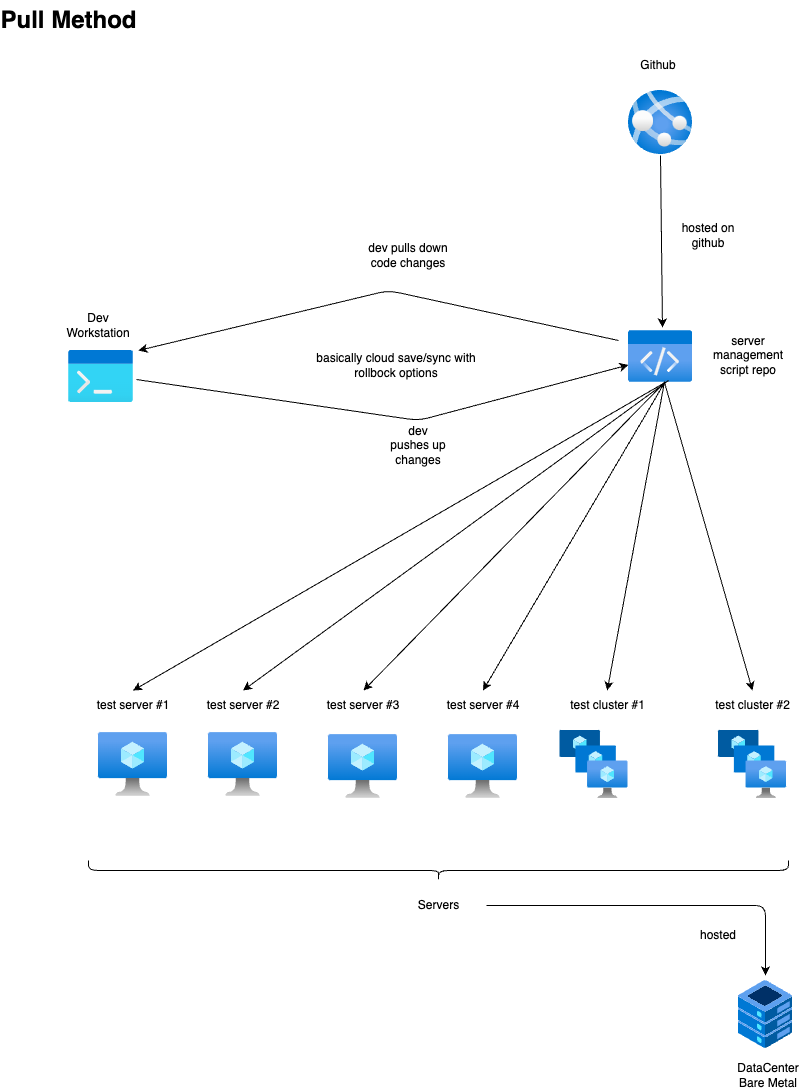
The draw.io diagram assets/images/server_management_pull_model.png in besmith43/tool_docs, before a commit. Source tidied: cells renumbered, new cells last; positions are measured from the earlier drawing's top-left corner, leaving out a move shared by most shapes. Source of this version:
```xml
<mxGraphModel>
  <root>
    <mxCell id="0" />
    <mxCell id="1" parent="0" />
    <mxCell id="2" style="html=1;points=[];align=center;image;fontSize=12;image=img/lib/azure2/general/Dev_Console.svg;" parent="1" vertex="1">
      <mxGeometry x="50" y="350" width="65" height="52" as="geometry" />
    </mxCell>
    <mxCell id="3" style="html=1;points=[];align=center;image;fontSize=12;image=img/lib/azure2/containers/App_Services.svg;" parent="1" vertex="1">
      <mxGeometry x="610" y="90" width="64" height="64" as="geometry" />
    </mxCell>
    <mxCell id="4" value="Github" style="text;html=1;strokeColor=none;fillColor=none;align=center;verticalAlign=middle;whiteSpace=wrap;rounded=0;" parent="1" vertex="1">
      <mxGeometry x="610" y="50" width="60" height="30" as="geometry" />
    </mxCell>
    <mxCell id="5" value="Dev Workstation" style="text;html=1;strokeColor=none;fillColor=none;align=center;verticalAlign=middle;whiteSpace=wrap;rounded=0;" parent="1" vertex="1">
      <mxGeometry x="50" y="310" width="60" height="30" as="geometry" />
    </mxCell>
    <mxCell id="6" style="html=1;points=[];align=center;image;fontSize=12;image=img/lib/azure2/other/Fiji.svg;" parent="1" vertex="1">
      <mxGeometry x="720" y="980" width="54" height="68" as="geometry" />
    </mxCell>
    <mxCell id="7" value="DataCenter&lt;br&gt;Bare Metal" style="text;html=1;strokeColor=none;fillColor=none;align=center;verticalAlign=middle;whiteSpace=wrap;rounded=0;" parent="1" vertex="1">
      <mxGeometry x="720" y="1060" width="60" height="30" as="geometry" />
    </mxCell>
    <mxCell id="8" style="html=1;align=center;image;fontSize=12;image=img/lib/azure2/compute/VM_Scale_Sets.svg;" parent="1" vertex="1">
      <mxGeometry x="700" y="730" width="68" height="68" as="geometry" />
    </mxCell>
    <mxCell id="9" style="html=1;align=center;image;fontSize=12;image=img/lib/azure2/compute/Virtual_Machine.svg;" parent="1" vertex="1">
      <mxGeometry x="190" y="732" width="69" height="64" as="geometry" />
    </mxCell>
    <mxCell id="10" style="html=1;align=center;image;fontSize=12;image=img/lib/azure2/compute/Virtual_Machine.svg;" parent="1" vertex="1">
      <mxGeometry x="310" y="734" width="69" height="64" as="geometry" />
    </mxCell>
    <mxCell id="11" style="html=1;align=center;image;fontSize=12;image=img/lib/azure2/compute/Virtual_Machine.svg;" parent="1" vertex="1">
      <mxGeometry x="430" y="734" width="69" height="64" as="geometry" />
    </mxCell>
    <mxCell id="12" value="test server #2" style="text;html=1;strokeColor=none;fillColor=none;align=center;verticalAlign=middle;whiteSpace=wrap;rounded=0;" parent="1" vertex="1">
      <mxGeometry x="181.8" y="690" width="85.5" height="30" as="geometry" />
    </mxCell>
    <mxCell id="13" value="test server #3" style="text;html=1;strokeColor=none;fillColor=none;align=center;verticalAlign=middle;whiteSpace=wrap;rounded=0;" parent="1" vertex="1">
      <mxGeometry x="302.2" y="690" width="85.5" height="30" as="geometry" />
    </mxCell>
    <mxCell id="14" value="test server #4" style="text;html=1;strokeColor=none;fillColor=none;align=center;verticalAlign=middle;whiteSpace=wrap;rounded=0;" parent="1" vertex="1">
      <mxGeometry x="421.8" y="690" width="85.5" height="30" as="geometry" />
    </mxCell>
    <mxCell id="15" value="test cluster #1" style="text;html=1;strokeColor=none;fillColor=none;align=center;verticalAlign=middle;whiteSpace=wrap;rounded=0;" parent="1" vertex="1">
      <mxGeometry x="541.5" y="690" width="94.5" height="30" as="geometry" />
    </mxCell>
    <mxCell id="16" value="test cluster #2" style="text;html=1;strokeColor=none;fillColor=none;align=center;verticalAlign=middle;whiteSpace=wrap;rounded=0;" parent="1" vertex="1">
      <mxGeometry x="690.5" y="690" width="87" height="30" as="geometry" />
    </mxCell>
    <mxCell id="17" style="html=1;align=center;image;fontSize=12;image=img/lib/azure2/compute/Virtual_Machine.svg;" parent="1" vertex="1">
      <mxGeometry x="80" y="732" width="69" height="64" as="geometry" />
    </mxCell>
    <mxCell id="18" value="test server #1" style="text;html=1;strokeColor=none;fillColor=none;align=center;verticalAlign=middle;whiteSpace=wrap;rounded=0;" parent="1" vertex="1">
      <mxGeometry x="71.8" y="690" width="85.5" height="30" as="geometry" />
    </mxCell>
    <mxCell id="19" style="html=1;align=center;image;fontSize=12;image=img/lib/azure2/compute/VM_Scale_Sets.svg;" parent="1" vertex="1">
      <mxGeometry x="541.5" y="730" width="68" height="68" as="geometry" />
    </mxCell>
    <mxCell id="20" value="Servers" style="text;html=1;strokeColor=none;fillColor=none;align=center;verticalAlign=middle;whiteSpace=wrap;rounded=0;" parent="1" vertex="1">
      <mxGeometry x="373" y="890" width="95" height="30" as="geometry" />
    </mxCell>
    <mxCell id="21" style="shape=curlyBracket;whiteSpace=wrap;html=1;rounded=1;flipH=1;labelPosition=right;verticalLabelPosition=middle;align=left;verticalAlign=middle;direction=north;" parent="1" vertex="1">
      <mxGeometry x="70" y="860" width="700" height="20" as="geometry" />
    </mxCell>
    <mxCell id="22" value="server management script repo" style="text;html=1;strokeColor=none;fillColor=none;align=center;verticalAlign=middle;whiteSpace=wrap;rounded=0;" parent="1" vertex="1">
      <mxGeometry x="700" y="340" width="60" height="30" as="geometry" />
    </mxCell>
    <mxCell id="23" style="html=1;points=[];align=center;image;fontSize=12;image=img/lib/azure2/general/Code.svg;" parent="1" vertex="1">
      <mxGeometry x="610" y="330" width="64" height="52" as="geometry" />
    </mxCell>
    <mxCell id="24" value="hosted on github" style="text;html=1;strokeColor=none;fillColor=none;align=center;verticalAlign=middle;whiteSpace=wrap;rounded=0;" parent="1" vertex="1">
      <mxGeometry x="660" y="220" width="60" height="30" as="geometry" />
    </mxCell>
    <mxCell id="25" value="dev pulls down code changes" style="text;html=1;strokeColor=none;fillColor=none;align=center;verticalAlign=middle;whiteSpace=wrap;rounded=0;" parent="1" vertex="1">
      <mxGeometry x="340" y="240" width="100" height="30" as="geometry" />
    </mxCell>
    <mxCell id="26" style="endArrow=classic;html=1;" parent="1" edge="1">
      <mxGeometry relative="1" as="geometry">
        <mxPoint x="600" y="340" as="sourcePoint" />
        <mxPoint x="120" y="350" as="targetPoint" />
        <Array as="points">
          <mxPoint x="370" y="290" />
        </Array>
      </mxGeometry>
    </mxCell>
    <mxCell id="27" style="endArrow=classic;html=1;exitX=1.046;exitY=0.558;exitDx=0;exitDy=0;exitPerimeter=0;" parent="1" edge="1" source="2" target="23">
      <mxGeometry relative="1" as="geometry">
        <Array as="points">
          <mxPoint x="400" y="420" />
        </Array>
      </mxGeometry>
    </mxCell>
    <mxCell id="28" value="dev pushes up changes" style="text;html=1;strokeColor=none;fillColor=none;align=center;verticalAlign=middle;whiteSpace=wrap;rounded=0;" parent="1" vertex="1">
      <mxGeometry x="370" y="430" width="60" height="30" as="geometry" />
    </mxCell>
    <mxCell id="29" value="basically cloud save/sync with rollbock options" style="text;html=1;strokeColor=none;fillColor=none;align=center;verticalAlign=middle;whiteSpace=wrap;rounded=0;" parent="1" vertex="1">
      <mxGeometry x="294.5" y="350" width="165.5" height="30" as="geometry" />
    </mxCell>
    <mxCell id="30" style="endArrow=classic;html=1;entryX=0.5;entryY=0;entryDx=0;entryDy=0;" parent="1" edge="1" target="18">
      <mxGeometry relative="1" as="geometry">
        <mxPoint x="650" y="380" as="sourcePoint" />
      </mxGeometry>
    </mxCell>
    <mxCell id="31" style="endArrow=classic;html=1;entryX=0.5;entryY=0;entryDx=0;entryDy=0;" parent="1" edge="1" target="12">
      <mxGeometry relative="1" as="geometry">
        <mxPoint x="650" y="380" as="sourcePoint" />
      </mxGeometry>
    </mxCell>
    <mxCell id="32" style="endArrow=classic;html=1;exitX=0.547;exitY=1.019;exitDx=0;exitDy=0;exitPerimeter=0;entryX=0.5;entryY=0;entryDx=0;entryDy=0;" parent="1" edge="1" source="23" target="13">
      <mxGeometry relative="1" as="geometry" />
    </mxCell>
    <mxCell id="33" style="endArrow=classic;html=1;exitX=0.547;exitY=1.038;exitDx=0;exitDy=0;exitPerimeter=0;entryX=0.5;entryY=0;entryDx=0;entryDy=0;" parent="1" edge="1" source="23" target="14">
      <mxGeometry relative="1" as="geometry" />
    </mxCell>
    <mxCell id="34" style="endArrow=classic;html=1;exitX=0.563;exitY=0.981;exitDx=0;exitDy=0;exitPerimeter=0;entryX=0.5;entryY=0;entryDx=0;entryDy=0;" parent="1" edge="1" source="23" target="15">
      <mxGeometry relative="1" as="geometry" />
    </mxCell>
    <mxCell id="35" style="endArrow=classic;html=1;exitX=0.563;exitY=1;exitDx=0;exitDy=0;exitPerimeter=0;entryX=0.5;entryY=0;entryDx=0;entryDy=0;" parent="1" edge="1" source="23" target="16">
      <mxGeometry relative="1" as="geometry" />
    </mxCell>
    <mxCell id="36" value="Pull Method" style="text;strokeColor=none;fillColor=none;html=1;fontSize=24;fontStyle=1;verticalAlign=middle;align=center;" parent="1" vertex="1">
      <mxGeometry width="100" height="40" as="geometry" />
    </mxCell>
    <mxCell id="37" style="endArrow=classic;html=1;entryX=0.531;entryY=-0.058;entryDx=0;entryDy=0;entryPerimeter=0;exitX=0.5;exitY=1.016;exitDx=0;exitDy=0;exitPerimeter=0;" parent="1" edge="1" source="3" target="23">
      <mxGeometry relative="1" as="geometry" />
    </mxCell>
    <mxCell id="38" style="endArrow=classic;html=1;exitX=1;exitY=0.5;exitDx=0;exitDy=0;entryX=0.5;entryY=-0.074;entryDx=0;entryDy=0;entryPerimeter=0;" parent="1" edge="1" source="20" target="6">
      <mxGeometry relative="1" as="geometry">
        <Array as="points">
          <mxPoint x="747" y="905" />
        </Array>
      </mxGeometry>
    </mxCell>
    <mxCell id="39" value="hosted" style="text;html=1;strokeColor=none;fillColor=none;align=center;verticalAlign=middle;whiteSpace=wrap;rounded=0;" parent="1" vertex="1">
      <mxGeometry x="670" y="920" width="60" height="30" as="geometry" />
    </mxCell>
  </root>
</mxGraphModel>
```
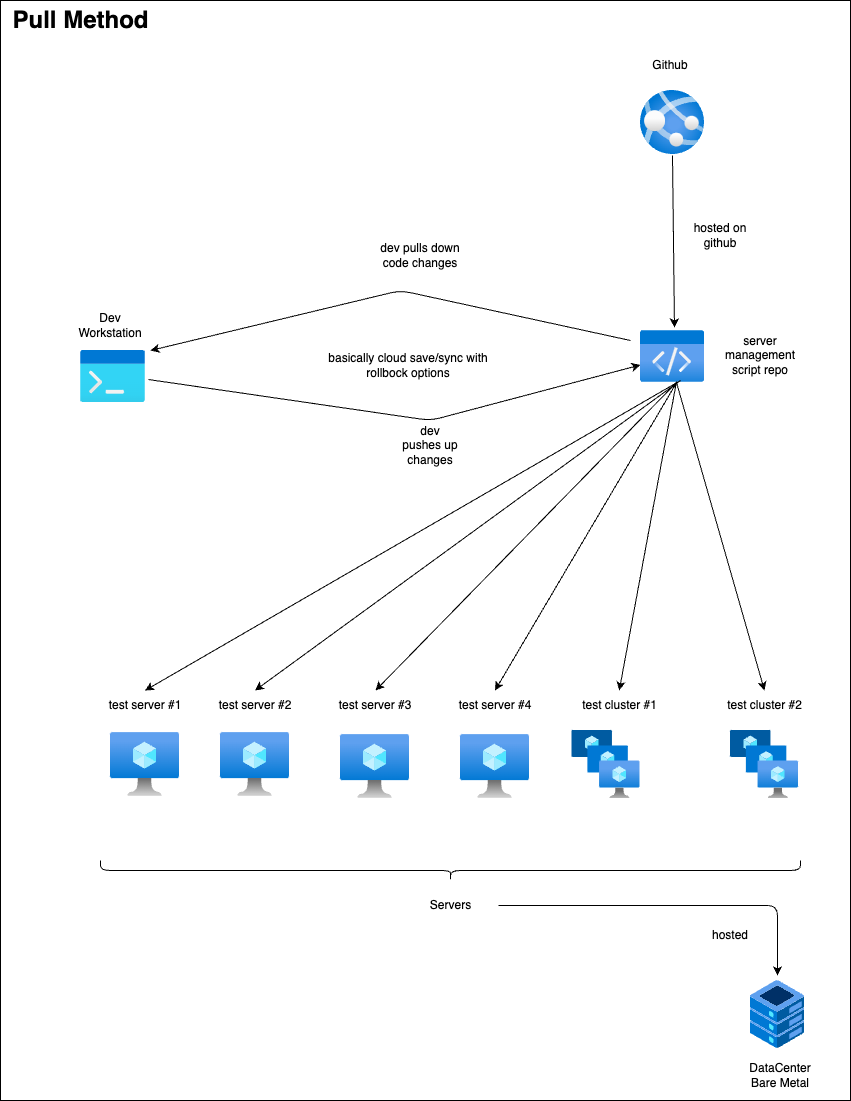
The same file after the commit.

Change to the diagram source:
```diff
@@ -2,6 +2,9 @@
   <root>
     <mxCell id="0" />
     <mxCell id="1" parent="0" />
+    <mxCell id="40" style="rounded=0;whiteSpace=wrap;html=1;" parent="1" vertex="1">
+      <mxGeometry x="-30" width="850" height="1100" as="geometry" />
+    </mxCell>
     <mxCell id="2" style="html=1;points=[];align=center;image;fontSize=12;image=img/lib/azure2/general/Dev_Console.svg;" parent="1" vertex="1">
       <mxGeometry x="50" y="350" width="65" height="52" as="geometry" />
     </mxCell>
```
